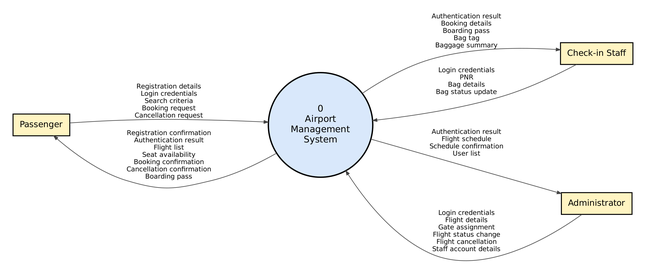
This is docs/diagrams/dfd_context_level0.png from praksingh-2702/AirportMS, a Graphviz export, as it was before one commit. Its source is kept beside it as docs/diagrams/dfd_context_level0.dot. Source of this version:
```dot
digraph context {
  graph [rankdir=LR splines=true nodesep=0.9 ranksep=2.6 fontname="DejaVu Sans" pad=0.3];
  edge [color="#444444" fontname="DejaVu Sans" fontsize=10 arrowsize=0.7 fontsize=11];
  "0" [shape=circle style=filled fillcolor="#D9E8FB" color="#000000" penwidth=1.6 fontname="DejaVu Sans" fontsize=12 fixedsize=true width=2.4 fontsize=15 penwidth=2.2 label="0\nAirport\nManagement\nSystem"];
  "PAX" [shape=box style=filled fillcolor="#FFF4C2" color="#000000" penwidth=1.6 fontname="DejaVu Sans" fontsize=12 margin="0.15,0.08" fontsize=14 label="Passenger"];
  "STF" [shape=box style=filled fillcolor="#FFF4C2" color="#000000" penwidth=1.6 fontname="DejaVu Sans" fontsize=12 margin="0.15,0.08" fontsize=14 label="Check-in Staff"];
  "ADM" [shape=box style=filled fillcolor="#FFF4C2" color="#000000" penwidth=1.6 fontname="DejaVu Sans" fontsize=12 margin="0.15,0.08" fontsize=14 label="Administrator"];
  "PAX" -> "0" [label="Registration details\nLogin credentials\nSearch criteria\nBooking request\nCancellation request"];
  "0" -> "PAX" [label="Registration confirmation\nAuthentication result\nFlight list\nSeat availability\nBooking confirmation\nCancellation confirmation\nBoarding pass"];
  "STF" -> "0" [label="Login credentials\nPNR\nBag details\nBag status update"];
  "0" -> "STF" [label="Authentication result\nBooking details\nBoarding pass\nBag tag\nBaggage summary"];
  "ADM" -> "0" [label="Login credentials\nFlight details\nGate assignment\nFlight status change\nFlight cancellation\nStaff account details"];
  "0" -> "ADM" [label="Authentication result\nFlight schedule\nSchedule confirmation\nUser list"];
  { rank=min; "PAX"; } { rank=max; "STF"; "ADM"; }
}
```
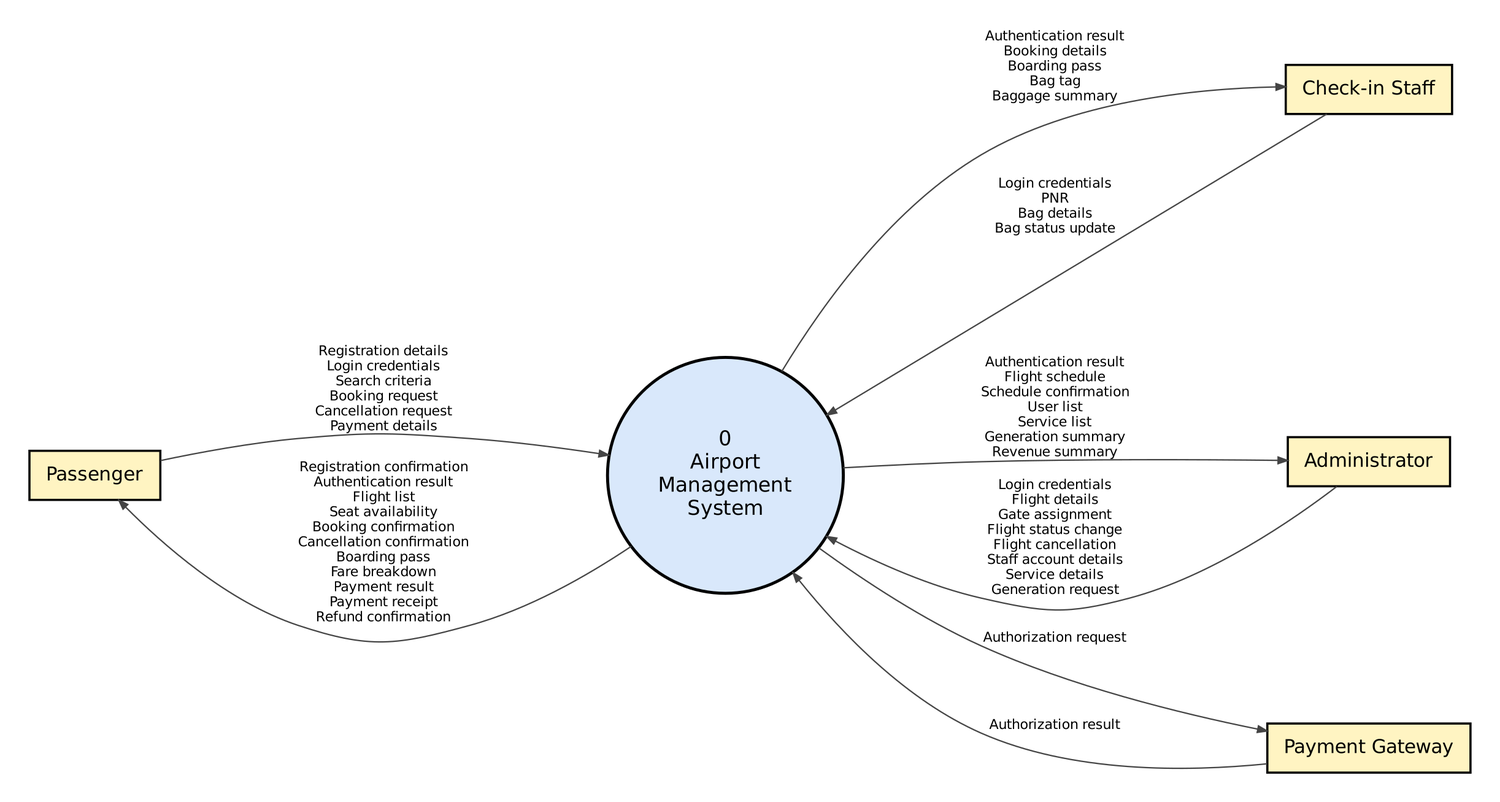
After the commit.

What changed in the source:
```diff
@@ -1,15 +1,19 @@
-digraph context {
-  graph [rankdir=LR splines=true nodesep=0.9 ranksep=2.6 fontname="DejaVu Sans" pad=0.3];
-  edge [color="#444444" fontname="DejaVu Sans" fontsize=10 arrowsize=0.7 fontsize=11];
-  "0" [shape=circle style=filled fillcolor="#D9E8FB" color="#000000" penwidth=1.6 fontname="DejaVu Sans" fontsize=12 fixedsize=true width=2.4 fontsize=15 penwidth=2.2 label="0\nAirport\nManagement\nSystem"];
-  "PAX" [shape=box style=filled fillcolor="#FFF4C2" color="#000000" penwidth=1.6 fontname="DejaVu Sans" fontsize=12 margin="0.15,0.08" fontsize=14 label="Passenger"];
-  "STF" [shape=box style=filled fillcolor="#FFF4C2" color="#000000" penwidth=1.6 fontname="DejaVu Sans" fontsize=12 margin="0.15,0.08" fontsize=14 label="Check-in Staff"];
-  "ADM" [shape=box style=filled fillcolor="#FFF4C2" color="#000000" penwidth=1.6 fontname="DejaVu Sans" fontsize=12 margin="0.15,0.08" fontsize=14 label="Administrator"];
-  "PAX" -> "0" [label="Registration details\nLogin credentials\nSearch criteria\nBooking request\nCancellation request"];
-  "0" -> "PAX" [label="Registration confirmation\nAuthentication result\nFlight list\nSeat availability\nBooking confirmation\nCancellation confirmation\nBoarding pass"];
+digraph "context" {
+  graph [rankdir=LR bgcolor="#FFFFFF" fontname="DejaVu Sans" pad=0.3 splines=true nodesep=0.9 ranksep=2.8];
+  node [fontname="DejaVu Sans" fontsize=12 color="#000000" fillcolor="#D9E8FB" style=filled penwidth=1.3];
+  edge [fontname="DejaVu Sans" fontsize=10 color="#444444" arrowsize=0.7];
+  "0" [shape=circle style=filled fillcolor="#D9E8FB" penwidth=2.2 fixedsize=true width=2.4 fontsize=15 label="0\nAirport\nManagement\nSystem"];
+  "PAX" [shape=box style=filled fillcolor="#FFF4C2" penwidth=1.6 margin="0.16,0.09" fontsize=13 fontsize=14 label="Passenger"];
+  "STF" [shape=box style=filled fillcolor="#FFF4C2" penwidth=1.6 margin="0.16,0.09" fontsize=13 fontsize=14 label="Check-in Staff"];
+  "ADM" [shape=box style=filled fillcolor="#FFF4C2" penwidth=1.6 margin="0.16,0.09" fontsize=13 fontsize=14 label="Administrator"];
+  "GW" [shape=box style=filled fillcolor="#FFF4C2" penwidth=1.6 margin="0.16,0.09" fontsize=13 fontsize=14 label="Payment Gateway"];
+  "PAX" -> "0" [label="Registration details\nLogin credentials\nSearch criteria\nBooking request\nCancellation request\nPayment details"];
+  "0" -> "PAX" [label="Registration confirmation\nAuthentication result\nFlight list\nSeat availability\nBooking confirmation\nCancellation confirmation\nBoarding pass\nFare breakdown\nPayment result\nPayment receipt\nRefund confirmation"];
   "STF" -> "0" [label="Login credentials\nPNR\nBag details\nBag status update"];
   "0" -> "STF" [label="Authentication result\nBooking details\nBoarding pass\nBag tag\nBaggage summary"];
-  "ADM" -> "0" [label="Login credentials\nFlight details\nGate assignment\nFlight status change\nFlight cancellation\nStaff account details"];
-  "0" -> "ADM" [label="Authentication result\nFlight schedule\nSchedule confirmation\nUser list"];
-  { rank=min; "PAX"; } { rank=max; "STF"; "ADM"; }
+  "ADM" -> "0" [label="Login credentials\nFlight details\nGate assignment\nFlight status change\nFlight cancellation\nStaff account details\nService details\nGeneration request"];
+  "0" -> "ADM" [label="Authentication result\nFlight schedule\nSchedule confirmation\nUser list\nService list\nGeneration summary\nRevenue summary"];
+  "0" -> "GW" [label="Authorization request"];
+  "GW" -> "0" [label="Authorization result"];
+  { rank=min; "PAX"; } { rank=max; "STF"; "ADM"; "GW"; }
 }
```
